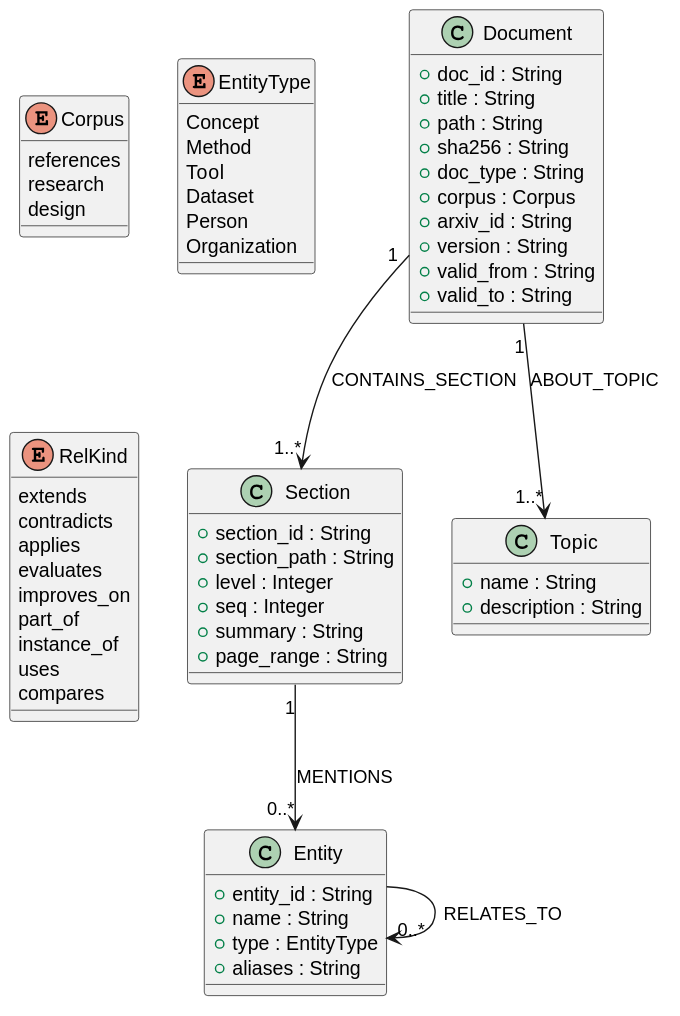
This is research/requirement-to-spec/cases/kbapp-review/formal/concept-03.svg from fisheryu-cn1/AI-Coding-Engineering, a PlantUML export, as it was before one commit. The source it was exported from:
```plantuml
@startuml

class Document {
  +doc_id : String
  +title : String
  +path : String
  +sha256 : String
  +doc_type : String
  +corpus : Corpus
  +arxiv_id : String
  +version : String
  +valid_from : String
  +valid_to : String
}

class Section {
  +section_id : String
  +section_path : String
  +level : Integer
  +seq : Integer
  +summary : String
  +page_range : String
}

class Entity {
  +entity_id : String
  +name : String
  +type : EntityType
  +aliases : String
}

class Topic {
  +name : String
  +description : String
}

enum Corpus {
  references
  research
  design
}
enum EntityType {
  Concept
  Method
  Tool
  Dataset
  Person
  Organization
}
enum RelKind {
  extends
  contradicts
  applies
  evaluates
  improves_on
  part_of
  instance_of
  uses
  compares
}


Document "1" --> "1..*" Section : CONTAINS_SECTION
Section "1" --> "0..*" Entity : MENTIONS
Document "1" --> "1..*" Topic : ABOUT_TOPIC
Entity --> "0..*" Entity : RELATES_TO
@enduml
```
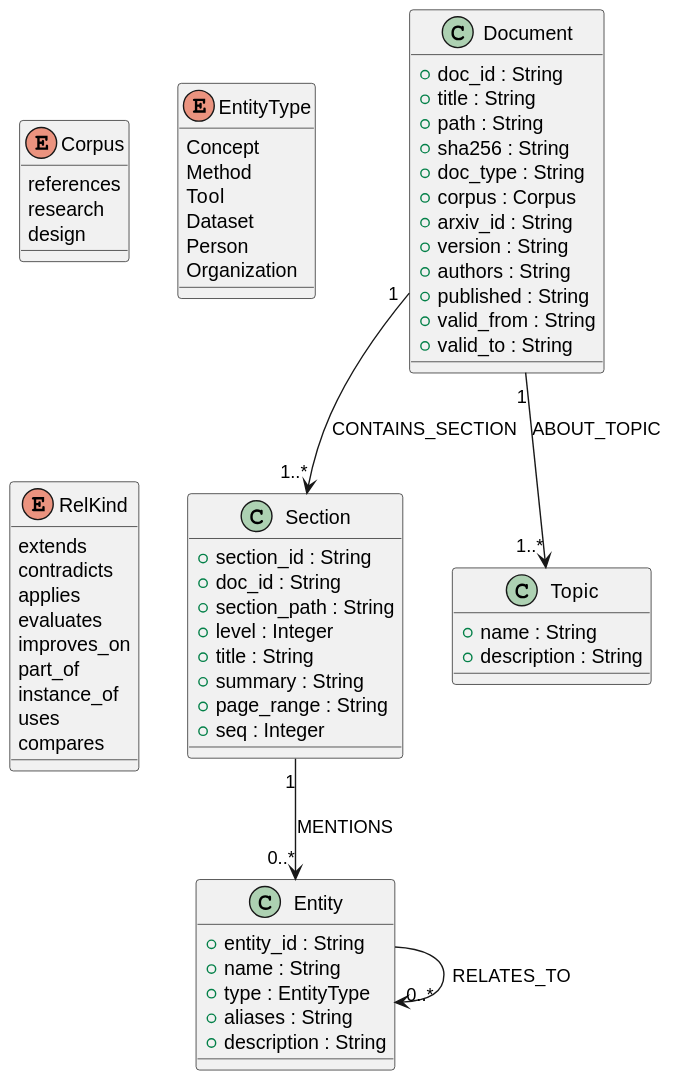
After the change.

Commit message:
fix(第32场续9): 类图对照修正与公共骨架原则(用户指出05/03类图对不上)——补concept-05-graph同骨架建模+diff_models.py元素级diff工具;diff双重收获:审计翻译自身(5项03层属性遗漏被抓修正,重转HermiT仍一致)+收敛6项纯文档差异(summary×3有据+枚举约束三处放松STRING=N4第三层再现);公共骨架原则入method/17补条

Diff of the diagram source:
```diff
@@ -9,17 +9,21 @@
   +corpus : Corpus
   +arxiv_id : String
   +version : String
+  +authors : String
+  +published : String
   +valid_from : String
   +valid_to : String
 }
 
 class Section {
   +section_id : String
+  +doc_id : String
   +section_path : String
   +level : Integer
-  +seq : Integer
+  +title : String
   +summary : String
   +page_range : String
+  +seq : Integer
 }
 
 class Entity {
@@ -27,6 +31,7 @@
   +name : String
   +type : EntityType
   +aliases : String
+  +description : String
 }
 
 class Topic {
```
